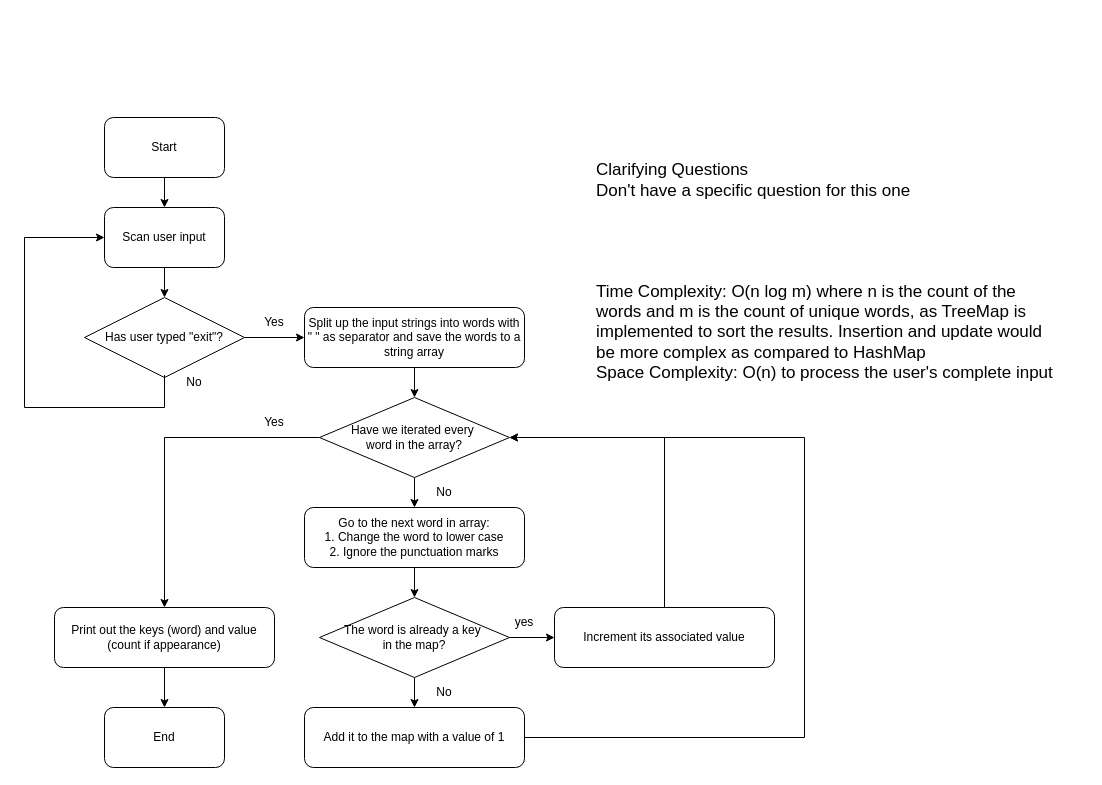
Above: Building a Simple Word Frequency Counter.drawio in yanatnsc/Building-a-Simple-Word-Frequency-Counter (draw.io), before the change. Source tidied: cells renumbered, new cells numbered last; positions are measured from the earlier drawing's top-left corner, leaving out a move shared by most shapes. Both pictures are drawn from the tidied source at 100%, with x=0, y=0 at pixel (24, 117).
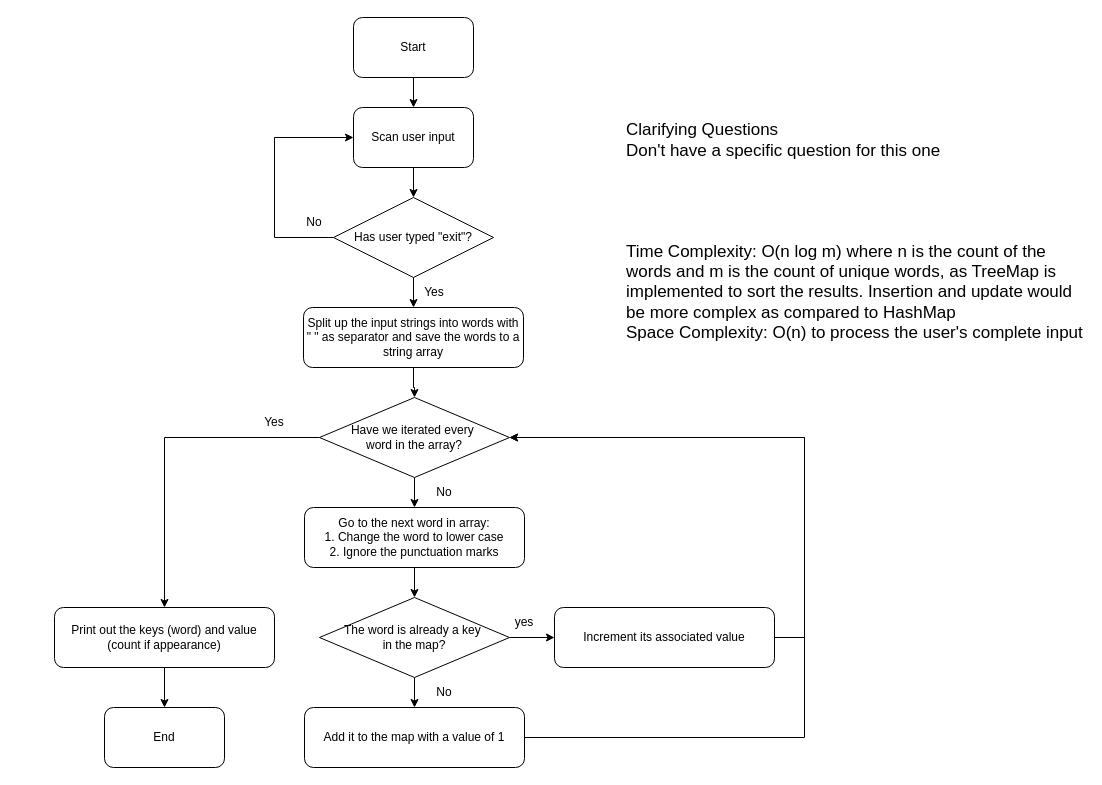
The same diagram, later.

The change refers to these unchanged cells:
```xml
<mxCell id="12" value="Have we iterated&amp;nbsp;&lt;span style=&quot;background-color: initial;&quot;&gt;every&amp;nbsp;&lt;/span&gt;&lt;div&gt;&lt;span style=&quot;background-color: initial;&quot;&gt;word in the array?&lt;/span&gt;&lt;/div&gt;" style="rhombus;whiteSpace=wrap;html=1;" parent="1" vertex="1">
  <mxGeometry x="295" y="280" width="190" height="80" as="geometry" />
</mxCell>
<mxCell id="19" value="Increment its associated value" style="rounded=1;whiteSpace=wrap;html=1;" parent="1" vertex="1">
  <mxGeometry x="530" y="490" width="220" height="60" as="geometry" />
</mxCell>
```

Diff of the diagram source:
```diff
@@
     <mxCell id="3" value="Start" style="rounded=1;whiteSpace=wrap;html=1;" parent="1" vertex="1">
-      <mxGeometry x="80" width="120" height="60" as="geometry" />
+      <mxGeometry x="329" y="-100" width="120" height="60" as="geometry" />
     </mxCell>
@@
     <mxCell id="5" value="Has user typed &quot;exit&quot;?" style="rhombus;whiteSpace=wrap;html=1;" parent="1" vertex="1">
-      <mxGeometry x="60" y="180" width="160" height="80" as="geometry" />
+      <mxGeometry x="309" y="80" width="160" height="80" as="geometry" />
     </mxCell>
@@
     <mxCell id="7" value="Split up the input strings into words with &quot; &quot; as separator and save the words to a string array" style="rounded=1;whiteSpace=wrap;html=1;" parent="1" vertex="1">
-      <mxGeometry x="280" y="190" width="220" height="60" as="geometry" />
+      <mxGeometry x="279" y="190" width="220" height="60" as="geometry" />
     </mxCell>
@@
     <mxCell id="9" value="Scan user input" style="rounded=1;whiteSpace=wrap;html=1;" parent="1" vertex="1">
-      <mxGeometry x="80" y="90" width="120" height="60" as="geometry" />
+      <mxGeometry x="329" y="-10" width="120" height="60" as="geometry" />
     </mxCell>
@@
     <mxCell id="20" value="Yes" style="text;html=1;align=center;verticalAlign=middle;whiteSpace=wrap;rounded=0;" parent="1" vertex="1">
-      <mxGeometry x="220" y="190" width="60" height="30" as="geometry" />
+      <mxGeometry x="380" y="160" width="60" height="30" as="geometry" />
     </mxCell>
@@
     <mxCell id="24" value="No" style="text;html=1;align=center;verticalAlign=middle;whiteSpace=wrap;rounded=0;" parent="1" vertex="1">
-      <mxGeometry x="140" y="250" width="60" height="30" as="geometry" />
+      <mxGeometry x="260" y="90" width="60" height="30" as="geometry" />
     </mxCell>
@@
-    <mxCell id="28" style="endArrow=classic;html=1;rounded=0;exitX=0.5;exitY=0;exitDx=0;exitDy=0;entryX=1;entryY=0.5;entryDx=0;entryDy=0;" parent="1" edge="1" source="19" target="12">
+    <mxCell id="28" style="endArrow=classic;html=1;rounded=0;exitX=1;exitY=0.5;exitDx=0;exitDy=0;entryX=1;entryY=0.5;entryDx=0;entryDy=0;" parent="1" edge="1" source="19" target="12">
       <mxGeometry relative="1" as="geometry">
         <Array as="points">
+          <mxPoint x="780" y="520" />
+          <mxPoint x="780" y="320" />
           <mxPoint x="640" y="320" />
         </Array>
       </mxGeometry>
     </mxCell>
@@
     <mxCell id="31" value="&lt;span style=&quot;font-size: 17px;&quot;&gt;Time Complexity: O(n log m) where n is the count of the words and m is the count of unique words, as TreeMap is implemented to sort the results. Insertion and update would be more complex as compared to HashMap&lt;/span&gt;&lt;div&gt;&lt;span style=&quot;font-size: 17px;&quot;&gt;Space Complexity:&amp;nbsp;&lt;/span&gt;&lt;span style=&quot;font-size: 17px; background-color: initial;&quot;&gt;O(n) to process the user's complete input&lt;/span&gt;&lt;/div&gt;" style="text;html=1;align=left;verticalAlign=middle;whiteSpace=wrap;rounded=0;" parent="1" vertex="1">
-      <mxGeometry x="570" y="160" width="460" height="110" as="geometry" />
+      <mxGeometry x="600" y="120" width="460" height="110" as="geometry" />
     </mxCell>
     <mxCell id="32" value="&lt;font style=&quot;font-size: 17px;&quot;&gt;Clarifying Questions&lt;/font&gt;&lt;div style=&quot;&quot;&gt;&lt;span style=&quot;background-color: initial; font-size: 17px;&quot;&gt;Don't have a specific question for this one&lt;/span&gt;&lt;span style=&quot;background-color: initial; color: rgba(0, 0, 0, 0); font-family: monospace; font-size: 0px; text-wrap: nowrap;&quot;&gt;22Does3CmxGraphModel%3E%3Croot%3E%3CmxCell%20id%3D%220%22%2F%3E%3CmxCell%20id%3D%221%22%20parent%3D%220%22%2F%3E%3CmxCell%20id%3D%222%22%20value%3D%22%26lt%3Bspan%20style%3D%26quot%3Bfont-size%3A%2017px%3B%26quot%3B%26gt%3BTime%20Complexity%3A%20O(n)%20as%20we%20traverse%20through%20the%20list%26lt%3B%2Fspan%26gt%3B%26lt%3Bdiv%26gt%3B%26lt%3Bspan%20style%3D%26quot%3Bfont-size%3A%2017px%3B%26quot%3B%26gt%3BSpace%20Complexity%3A%26amp%3Bnbsp%3B%20O(1)%20as%20I%20just%20need%20three%20pointers%20(prev%2Fcurrent%2Fnext)%26lt%3Bbr%26gt%3B%26lt%3B%2Fspan%26gt%3B%26lt%3B%2Fdiv%26gt%3B%22%20style%3D%22text%3Bhtml%3D1%3Balign%3Dleft%3BverticalAlign%3Dmiddle%3BwhiteSpace%3Dwrap%3Brounded%3D0%3B%22%20vertex%3D%221%22%20parent%3D%221%22%3E%3CmxGeometry%20x%3D%2252%22%20y%3D%22680%22%20width%3D%22460%22%20height%3D%2285%22%20as%3D%22geometry%22%2F%3E%3C%2FmxCell%3E%3C%2Froot%3E%3C%2FmxGraphModel%3E&lt;/span&gt;&lt;br&gt;&lt;/div&gt;" style="text;html=1;align=left;verticalAlign=middle;whiteSpace=wrap;rounded=0;" parent="1" vertex="1">
-      <mxGeometry x="570" y="20" width="460" height="85" as="geometry" />
+      <mxGeometry x="600" y="-20" width="460" height="85" as="geometry" />
     </mxCell>
-    <mxCell id="33" style="endArrow=classic;html=1;rounded=0;exitX=0;exitY=0.25;exitDx=0;exitDy=0;entryX=0;entryY=0.5;entryDx=0;entryDy=0;" parent="1" edge="1" source="24" target="9">
+    <mxCell id="33" style="endArrow=classic;html=1;rounded=0;exitX=0;exitY=0.5;exitDx=0;exitDy=0;entryX=0;entryY=0.5;entryDx=0;entryDy=0;" parent="1" edge="1" source="5" target="9">
       <mxGeometry relative="1" as="geometry">
         <Array as="points">
-          <mxPoint x="140" y="290" />
-          <mxPoint y="290" />
-          <mxPoint y="120" />
+          <mxPoint x="250" y="120" />
+          <mxPoint x="250" y="20" />
         </Array>
       </mxGeometry>
     </mxCell>
```
